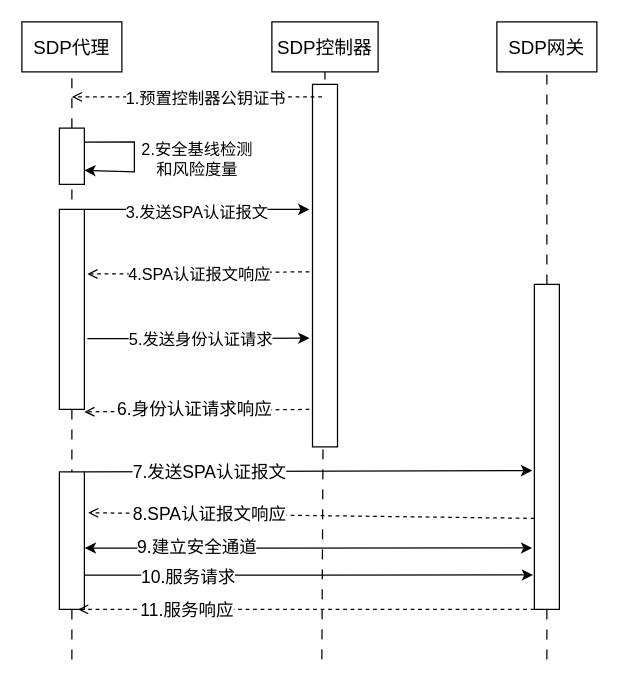
Before: testDirectory/安全接入流程.drawio in Moose1273/-, a draw.io diagram. Source tidied: cells renumbered, new cells numbered last; positions are measured from the earlier drawing's top-left corner, leaving out a move shared by most shapes. Both pictures are drawn from the tidied source at 125%, with x=0, y=0 at pixel (21, 21).
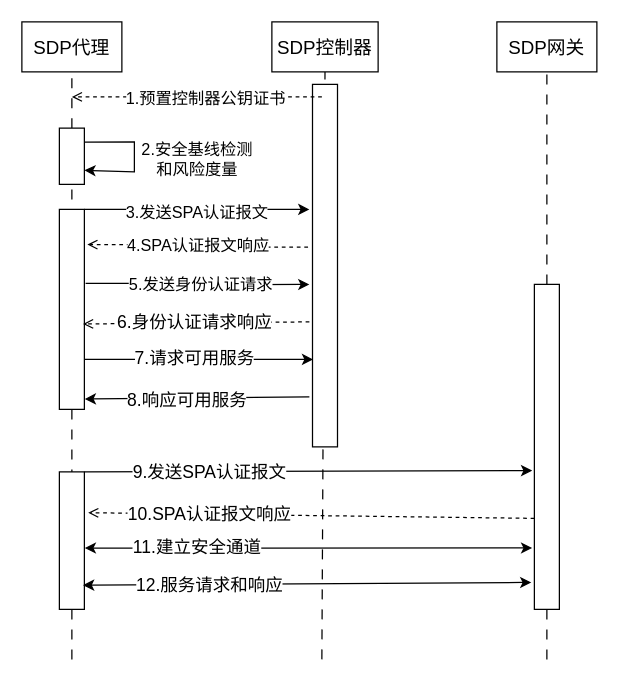
After the change.

Commit message:
更新安全接入流程.drawio

The change refers to these unchanged cells:
```xml
<mxCell id="13" style="rounded=0;whiteSpace=wrap;html=1;" parent="1" vertex="1">
  <mxGeometry x="232.5" y="50" width="20" height="290" as="geometry" />
</mxCell>
<mxCell id="20" style="rounded=0;whiteSpace=wrap;html=1;" parent="1" vertex="1">
  <mxGeometry x="30" y="150" width="20" height="160" as="geometry" />
</mxCell>
<mxCell id="25" style="rounded=0;whiteSpace=wrap;html=1;" parent="1" vertex="1">
  <mxGeometry x="410" y="210" width="20" height="260" as="geometry" />
</mxCell>
<mxCell id="26" style="edgeStyle=orthogonalEdgeStyle;rounded=0;jettySize=auto;html=1;exitX=1;exitY=0;exitDx=0;exitDy=0;entryX=-0.088;entryY=0.573;entryDx=0;entryDy=0;entryPerimeter=0;" parent="1" edge="1" source="30" target="25">
  <mxGeometry relative="1" as="geometry">
    <Array as="points">
      <mxPoint x="408" y="360" />
    </Array>
  </mxGeometry>
</mxCell>
<mxCell id="30" style="rounded=0;whiteSpace=wrap;html=1;" parent="1" vertex="1">
  <mxGeometry x="30" y="360" width="20" height="110" as="geometry" />
</mxCell>
<mxCell id="31" style="endArrow=open;html=1;rounded=0;exitX=0;exitY=0.72;exitDx=0;exitDy=0;exitPerimeter=0;entryX=1.153;entryY=0.297;entryDx=0;entryDy=0;dashed=1;endFill=0;entryPerimeter=0;" parent="1" edge="1" source="25" target="30">
  <mxGeometry relative="1" as="geometry" />
</mxCell>
<mxCell id="35" style="endArrow=classic;startArrow=classic;html=1;rounded=0;entryX=-0.088;entryY=0.811;entryDx=0;entryDy=0;entryPerimeter=0;exitX=1.016;exitY=0.554;exitDx=0;exitDy=0;exitPerimeter=0;" parent="1" edge="1" source="30" target="25">
  <mxGeometry relative="1" as="geometry" />
</mxCell>
```

Change to the diagram source:
```diff
@@
-    <mxCell id="11" style="edgeStyle=orthogonalEdgeStyle;rounded=0;jettySize=auto;html=1;entryX=1.119;entryY=0.323;entryDx=0;entryDy=0;entryPerimeter=0;dashed=1;endArrow=open;endFill=0;" parent="1" edge="1" target="20">
-      <mxGeometry relative="1" as="geometry">
-        <mxPoint x="230" y="200" as="sourcePoint" />
-      </mxGeometry>
+    <mxCell id="11" style="edgeStyle=orthogonalEdgeStyle;rounded=0;jettySize=auto;html=1;entryX=1.119;entryY=0.176;entryDx=0;entryDy=0;entryPerimeter=0;dashed=1;endArrow=open;endFill=0;exitX=-0.178;exitY=0.449;exitDx=0;exitDy=0;exitPerimeter=0;" parent="1" edge="1" source="13" target="20">
+      <mxGeometry relative="1" as="geometry" />
     </mxCell>
@@
-    <mxCell id="18" style="edgeStyle=orthogonalEdgeStyle;rounded=0;jettySize=auto;html=1;exitX=1.119;exitY=0.646;exitDx=0;exitDy=0;exitPerimeter=0;" parent="1" edge="1" source="20">
+    <mxCell id="18" style="edgeStyle=orthogonalEdgeStyle;rounded=0;jettySize=auto;html=1;exitX=1.05;exitY=0.37;exitDx=0;exitDy=0;exitPerimeter=0;" parent="1" edge="1" source="20">
       <mxGeometry relative="1" as="geometry">
-        <mxPoint x="230" y="253" as="targetPoint" />
+        <mxPoint x="230" y="210" as="targetPoint" />
       </mxGeometry>
     </mxCell>
@@
-    <mxCell id="21" style="endArrow=open;html=1;rounded=0;dashed=1;endFill=0;" parent="1" edge="1">
+    <mxCell id="21" style="endArrow=open;html=1;rounded=0;dashed=1;endFill=0;entryX=0.947;entryY=0.573;entryDx=0;entryDy=0;entryPerimeter=0;" parent="1" edge="1" target="20">
       <mxGeometry relative="1" as="geometry">
-        <mxPoint x="230" y="310" as="sourcePoint" />
-        <mxPoint x="50" y="312" as="targetPoint" />
+        <mxPoint x="230" y="240" as="sourcePoint" />
       </mxGeometry>
     </mxCell>
@@
-    <mxCell id="27" value="&lt;font style=&quot;font-size: 14px;&quot;&gt;7.发送SPA认证报文&lt;/font&gt;" style="edgeLabel;html=1;align=center;verticalAlign=middle;" parent="26" vertex="1">
+    <mxCell id="27" value="&lt;font style=&quot;font-size: 14px;&quot;&gt;9.发送SPA认证报文&lt;/font&gt;" style="edgeLabel;html=1;align=center;verticalAlign=middle;" parent="26" vertex="1">
       <mxGeometry x="-0.16" y="-2" relative="1" as="geometry">
         <mxPoint x="-51" y="-2" as="offset" />
       </mxGeometry>
     </mxCell>
-    <mxCell id="28" style="edgeStyle=orthogonalEdgeStyle;rounded=0;jettySize=auto;html=1;exitX=1;exitY=0.75;exitDx=0;exitDy=0;entryX=-0.053;entryY=0.894;entryDx=0;entryDy=0;entryPerimeter=0;" parent="1" edge="1" source="30" target="25">
-      <mxGeometry relative="1" as="geometry" />
-    </mxCell>
-    <mxCell id="29" value="&lt;font style=&quot;font-size: 14px;&quot;&gt;10.服务请求&lt;/font&gt;" style="edgeLabel;html=1;align=center;verticalAlign=middle;" parent="28" vertex="1">
-      <mxGeometry x="-0.69" y="-1" relative="1" as="geometry">
-        <mxPoint x="26" as="offset" />
-      </mxGeometry>
-    </mxCell>
@@
-    <mxCell id="32" value="&lt;font style=&quot;font-size: 14px;&quot;&gt;8.SPA认证报文响应&lt;/font&gt;" style="edgeLabel;html=1;align=center;verticalAlign=middle;" parent="31" vertex="1">
+    <mxCell id="32" value="&lt;font style=&quot;font-size: 14px;&quot;&gt;10.SPA认证报文响应&lt;/font&gt;" style="edgeLabel;html=1;align=center;verticalAlign=middle;" parent="31" vertex="1">
       <mxGeometry x="0.78" relative="1" as="geometry">
         <mxPoint x="57" as="offset" />
       </mxGeometry>
     </mxCell>
-    <mxCell id="33" style="endArrow=open;html=1;rounded=0;exitX=0;exitY=1;exitDx=0;exitDy=0;entryX=0.75;entryY=1;entryDx=0;entryDy=0;dashed=1;endFill=0;" parent="1" edge="1" source="25" target="30">
-      <mxGeometry relative="1" as="geometry" />
-    </mxCell>
-    <mxCell id="34" value="&lt;font style=&quot;font-size: 14px;&quot;&gt;11.服务响应&lt;/font&gt;" style="edgeLabel;html=1;align=center;verticalAlign=middle;" parent="33" vertex="1">
-      <mxGeometry x="0.74" y="-3" relative="1" as="geometry">
-        <mxPoint x="39" y="3" as="offset" />
-      </mxGeometry>
-    </mxCell>
@@
-    <mxCell id="36" value="&lt;font style=&quot;font-size: 14px;&quot;&gt;9.建立安全通道&lt;/font&gt;" style="edgeLabel;html=1;align=center;verticalAlign=middle;" parent="35" vertex="1">
+    <mxCell id="36" value="&lt;font style=&quot;font-size: 14px;&quot;&gt;11.建立安全通道&lt;/font&gt;" style="edgeLabel;html=1;align=center;verticalAlign=middle;" parent="35" vertex="1">
       <mxGeometry x="-0.66" y="1" relative="1" as="geometry">
         <mxPoint x="28" as="offset" />
       </mxGeometry>
     </mxCell>
+    <mxCell id="37" style="endArrow=classic;html=1;rounded=0;exitX=1;exitY=0.75;exitDx=0;exitDy=0;" parent="1" edge="1" source="20">
+      <mxGeometry relative="1" as="geometry">
+        <mxPoint x="233" y="270" as="targetPoint" />
+      </mxGeometry>
+    </mxCell>
+    <mxCell id="38" value="&lt;font style=&quot;font-size: 14px;&quot;&gt;7.请求可用服务&lt;/font&gt;" style="edgeLabel;html=1;align=center;verticalAlign=middle;" parent="37" vertex="1">
+      <mxGeometry x="-0.05" y="2" relative="1" as="geometry" />
+    </mxCell>
+    <mxCell id="39" style="endArrow=classic;html=1;rounded=0;entryX=1.016;entryY=0.948;entryDx=0;entryDy=0;entryPerimeter=0;" parent="1" edge="1" target="20">
+      <mxGeometry relative="1" as="geometry">
+        <mxPoint x="230" y="300" as="sourcePoint" />
+      </mxGeometry>
+    </mxCell>
+    <mxCell id="40" value="&lt;font style=&quot;font-size: 14px;&quot;&gt;8.响应可用服务&lt;/font&gt;" style="edgeLabel;html=1;align=center;verticalAlign=middle;" parent="39" vertex="1">
+      <mxGeometry x="0.46" y="1" relative="1" as="geometry">
+        <mxPoint x="32" as="offset" />
+      </mxGeometry>
+    </mxCell>
+    <mxCell id="28" style="endArrow=classic;startArrow=classic;html=1;rounded=0;entryX=-0.122;entryY=0.917;entryDx=0;entryDy=0;entryPerimeter=0;exitX=0.947;exitY=0.824;exitDx=0;exitDy=0;exitPerimeter=0;" parent="1" edge="1" source="30" target="25">
+      <mxGeometry relative="1" as="geometry" />
+    </mxCell>
+    <mxCell id="41" value="&lt;font style=&quot;font-size: 14px;&quot;&gt;12.服务请求和响应&lt;/font&gt;" style="edgeLabel;html=1;align=center;verticalAlign=middle;" parent="28" vertex="1">
+      <mxGeometry x="-0.61" relative="1" as="geometry">
+        <mxPoint x="31" as="offset" />
+      </mxGeometry>
+    </mxCell>
```
